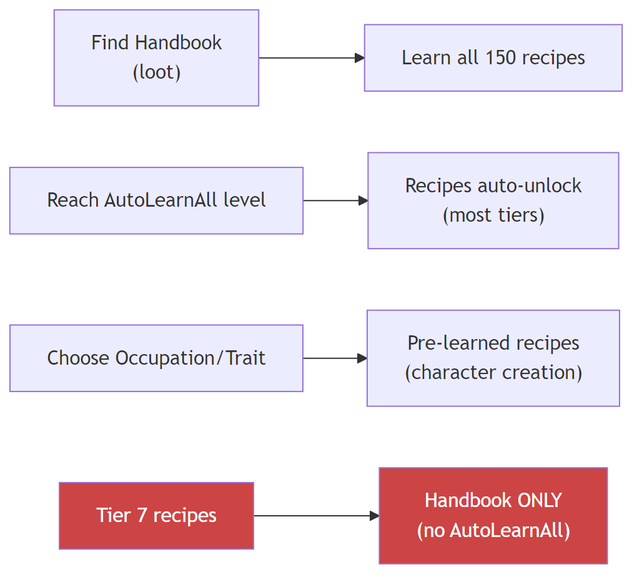
This is docs/images/learning-paths.png from phobos-dthorga/mod-pz-chemistry-pathways, a Mermaid export, as it was before one commit. Its source is kept beside it as docs/mermaid-src/learning-paths.mmd. Source of this version:
```mermaid
graph LR
    HB["Find Handbook<br/>(loot)"] --> LEARN["Learn all 150 recipes"]
    LEVEL["Reach AutoLearnAll level"] --> AUTO["Recipes auto-unlock<br/>(most tiers)"]
    CREATE["Choose Occupation/Trait"] --> GRANT["Pre-learned recipes<br/>(character creation)"]
    T7["Tier 7 recipes"] --> HB_ONLY["Handbook ONLY<br/>(no AutoLearnAll)"]

    style T7 fill:#c44,color:#fff
    style HB_ONLY fill:#c44,color:#fff
```
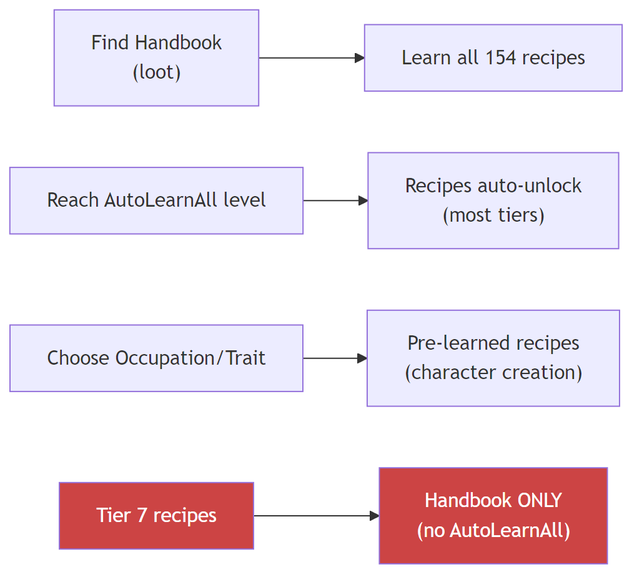
The same file after the commit.

Diff of the diagram source:
```diff
@@ -1,5 +1,5 @@
 graph LR
-    HB["Find Handbook<br/>(loot)"] --> LEARN["Learn all 150 recipes"]
+    HB["Find Handbook<br/>(loot)"] --> LEARN["Learn all 154 recipes"]
     LEVEL["Reach AutoLearnAll level"] --> AUTO["Recipes auto-unlock<br/>(most tiers)"]
     CREATE["Choose Occupation/Trait"] --> GRANT["Pre-learned recipes<br/>(character creation)"]
     T7["Tier 7 recipes"] --> HB_ONLY["Handbook ONLY<br/>(no AutoLearnAll)"]
```
